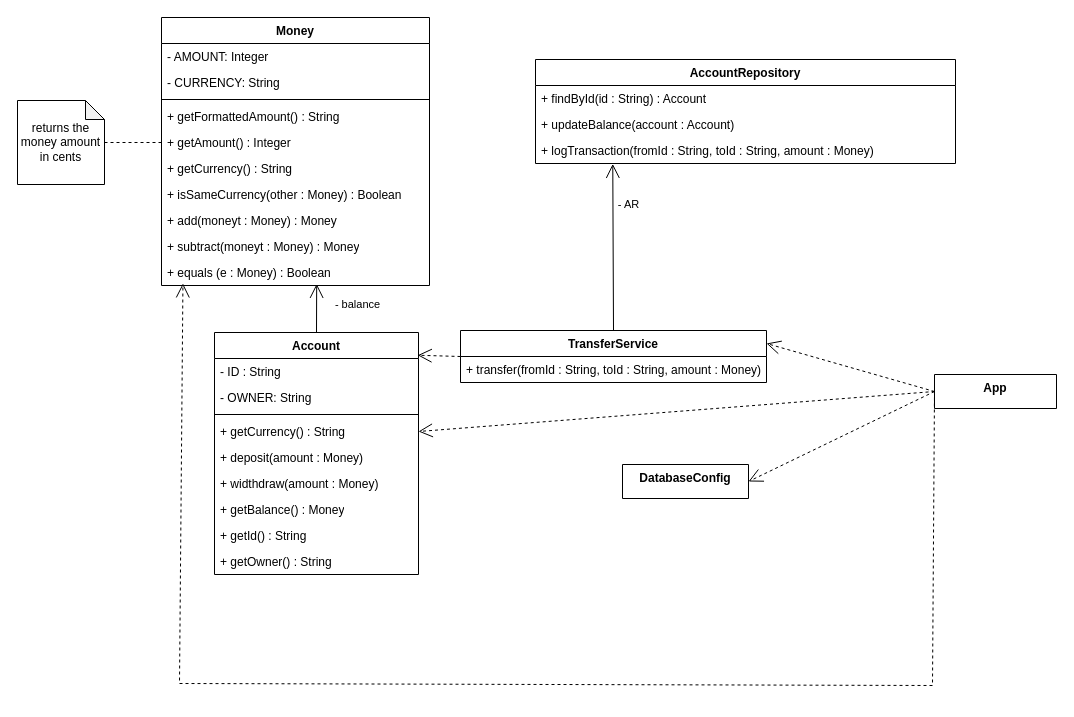
The draw.io diagram lab 4 - ValueObject/IB.drawio in solovozer/-2, before the edit. Source tidied: cells renumbered, new cells numbered last; positions are measured from the earlier drawing's top-left corner, leaving out a move shared by most shapes. Both pictures are drawn from the tidied source at 100%, with x=0, y=0 at pixel (17, 17).
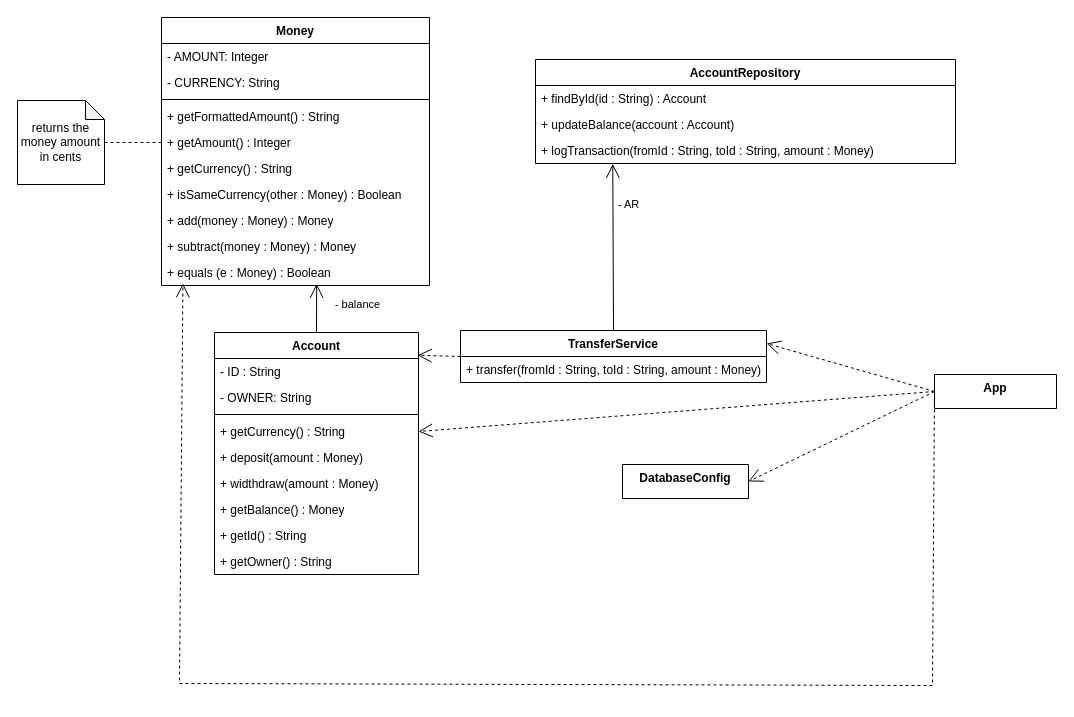
The same page after the edit.

Unchanged cells that the change refers to:
```xml
<mxCell id="2" value="Money" style="swimlane;fontStyle=1;align=center;verticalAlign=top;horizontal=1;startSize=26;whiteSpace=wrap;html=1;" parent="1" vertex="1">
  <mxGeometry x="144" width="268" height="268" as="geometry" />
</mxCell>
```

What changed in the source:
```diff
@@
-    <mxCell id="10" value="+ add(moneyt : Money) : Money" style="text;strokeColor=none;fillColor=none;align=left;verticalAlign=top;spacingLeft=4;spacingRight=4;overflow=hidden;whiteSpace=wrap;html=1;" parent="2" vertex="1">
+    <mxCell id="10" value="+ add(money : Money) : Money" style="text;strokeColor=none;fillColor=none;align=left;verticalAlign=top;spacingLeft=4;spacingRight=4;overflow=hidden;whiteSpace=wrap;html=1;" parent="2" vertex="1">
       <mxGeometry y="190" width="268" height="26" as="geometry" />
     </mxCell>
-    <mxCell id="11" value="+ subtract(moneyt : Money) : Money" style="text;strokeColor=none;fillColor=none;align=left;verticalAlign=top;spacingLeft=4;spacingRight=4;overflow=hidden;whiteSpace=wrap;html=1;" parent="2" vertex="1">
+    <mxCell id="11" value="+ subtract(money : Money) : Money" style="text;strokeColor=none;fillColor=none;align=left;verticalAlign=top;spacingLeft=4;spacingRight=4;overflow=hidden;whiteSpace=wrap;html=1;" parent="2" vertex="1">
       <mxGeometry y="216" width="268" height="26" as="geometry" />
     </mxCell>
```
